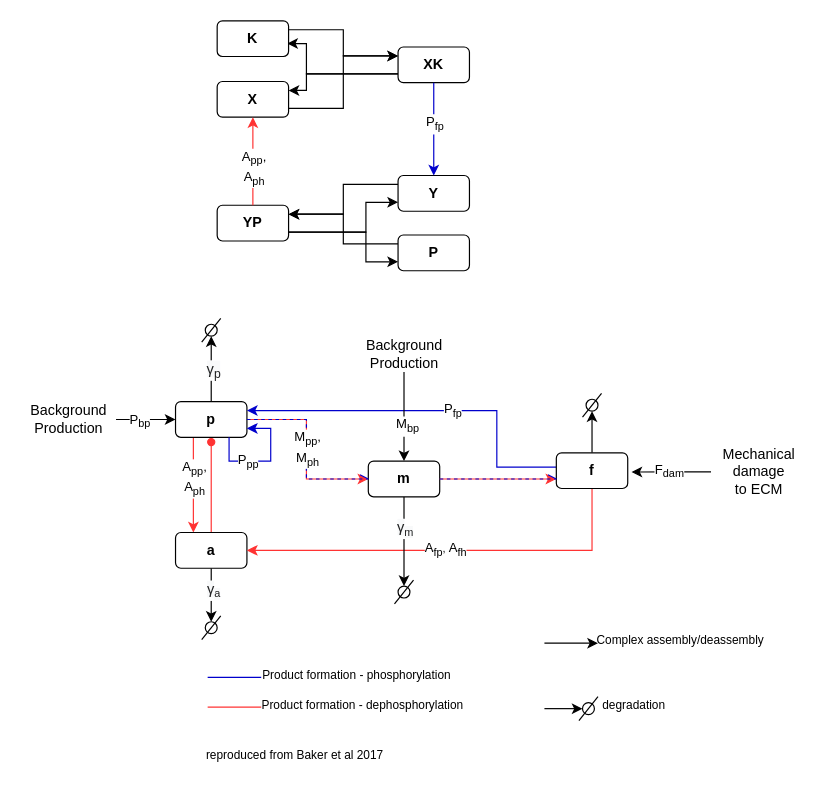
Earlier version of the draw.io diagram diagrams/Model1.drawio (explodecomputer/DynaMR). Source tidied: cells renumbered, new cells numbered last; positions are measured from the earlier drawing's top-left corner, leaving out a move shared by most shapes. Both pictures are drawn from the tidied source at 119%, with x=0, y=0 at pixel (20, 20).
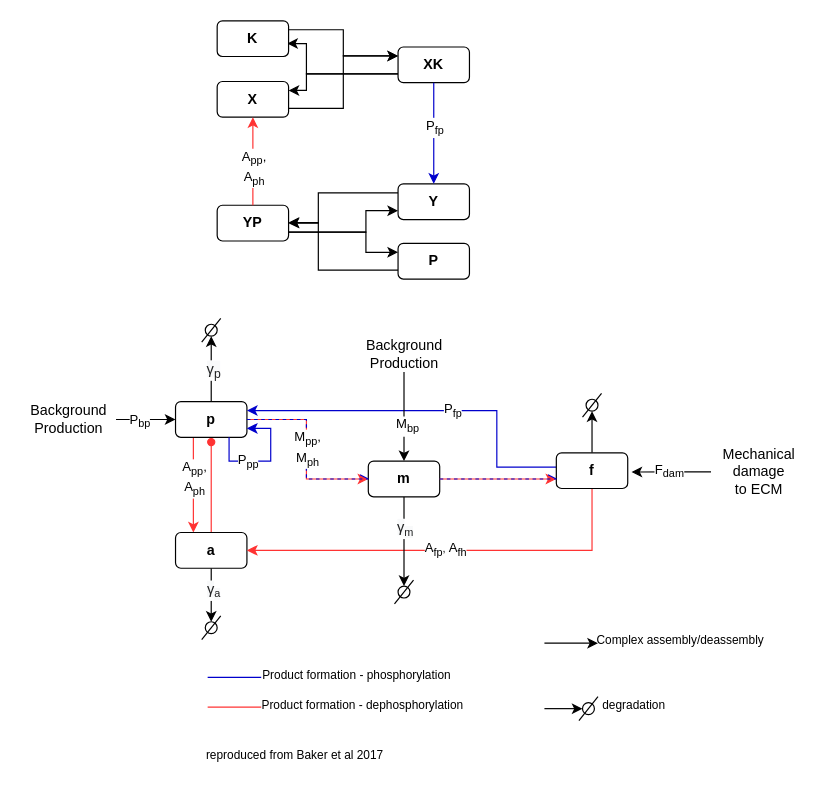
The same page after the edit.

Unchanged cells that the change refers to:
```xml
<mxCell id="62" value="&lt;b&gt;YP&lt;/b&gt;" style="rounded=1;whiteSpace=wrap;html=1;" parent="1" vertex="1">
  <mxGeometry x="165" y="155" width="60" height="30" as="geometry" />
</mxCell>
```

The edit, as a diff of the source:
```diff
@@
     <mxCell id="60" style="edgeStyle=orthogonalEdgeStyle;rounded=0;jettySize=auto;html=1;exitX=1;exitY=0.75;exitDx=0;exitDy=0;entryX=0;entryY=0.75;entryDx=0;entryDy=0;" parent="1" edge="1" source="62" target="64">
       <mxGeometry relative="1" as="geometry">
         <Array as="points">
           <mxPoint x="290" y="178" />
-          <mxPoint x="290" y="153" />
+          <mxPoint x="290" y="160" />
         </Array>
       </mxGeometry>
     </mxCell>
-    <mxCell id="61" style="edgeStyle=orthogonalEdgeStyle;rounded=0;jettySize=auto;html=1;exitX=1;exitY=0.75;exitDx=0;exitDy=0;entryX=0;entryY=0.75;entryDx=0;entryDy=0;" parent="1" edge="1" source="62" target="68">
+    <mxCell id="61" style="edgeStyle=orthogonalEdgeStyle;rounded=0;jettySize=auto;html=1;exitX=1;exitY=0.75;exitDx=0;exitDy=0;entryX=0;entryY=0.25;entryDx=0;entryDy=0;" parent="1" edge="1" source="62" target="68">
       <mxGeometry relative="1" as="geometry">
         <Array as="points">
           <mxPoint x="290" y="178" />
-          <mxPoint x="290" y="203" />
+          <mxPoint x="290" y="195" />
+          <mxPoint x="317" y="195" />
         </Array>
       </mxGeometry>
     </mxCell>
@@
-    <mxCell id="63" style="edgeStyle=orthogonalEdgeStyle;rounded=0;jettySize=auto;html=1;exitX=0;exitY=0.25;exitDx=0;exitDy=0;entryX=1;entryY=0.25;entryDx=0;entryDy=0;" parent="1" edge="1" source="64" target="62">
-      <mxGeometry relative="1" as="geometry" />
+    <mxCell id="63" style="edgeStyle=orthogonalEdgeStyle;rounded=0;jettySize=auto;html=1;exitX=0;exitY=0.25;exitDx=0;exitDy=0;" parent="1" edge="1" source="64">
+      <mxGeometry relative="1" as="geometry">
+        <mxPoint x="225" y="170" as="targetPoint" />
+        <Array as="points">
+          <mxPoint x="250" y="145" />
+          <mxPoint x="250" y="170" />
+        </Array>
+      </mxGeometry>
     </mxCell>
     <mxCell id="64" value="&lt;b&gt;Y&lt;/b&gt;" style="rounded=1;whiteSpace=wrap;html=1;" parent="1" vertex="1">
-      <mxGeometry x="317" y="130" width="60" height="30" as="geometry" />
+      <mxGeometry x="317" y="137" width="60" height="30" as="geometry" />
     </mxCell>
@@
-    <mxCell id="67" style="edgeStyle=orthogonalEdgeStyle;rounded=0;jettySize=auto;html=1;exitX=0;exitY=0.25;exitDx=0;exitDy=0;entryX=1;entryY=0.25;entryDx=0;entryDy=0;" parent="1" edge="1" source="68" target="62">
-      <mxGeometry relative="1" as="geometry" />
+    <mxCell id="67" style="edgeStyle=orthogonalEdgeStyle;rounded=0;jettySize=auto;html=1;entryX=1;entryY=0.25;entryDx=0;entryDy=0;exitX=0;exitY=0.75;exitDx=0;exitDy=0;" parent="1" edge="1" source="68">
+      <mxGeometry relative="1" as="geometry">
+        <mxPoint x="225" y="169.5" as="targetPoint" />
+        <Array as="points">
+          <mxPoint x="250" y="210" />
+          <mxPoint x="250" y="170" />
+        </Array>
+      </mxGeometry>
     </mxCell>
     <mxCell id="68" value="&lt;b&gt;P&lt;/b&gt;" style="rounded=1;whiteSpace=wrap;html=1;" parent="1" vertex="1">
-      <mxGeometry x="317" y="180" width="60" height="30" as="geometry" />
+      <mxGeometry x="317" y="187" width="60" height="30" as="geometry" />
     </mxCell>
```
